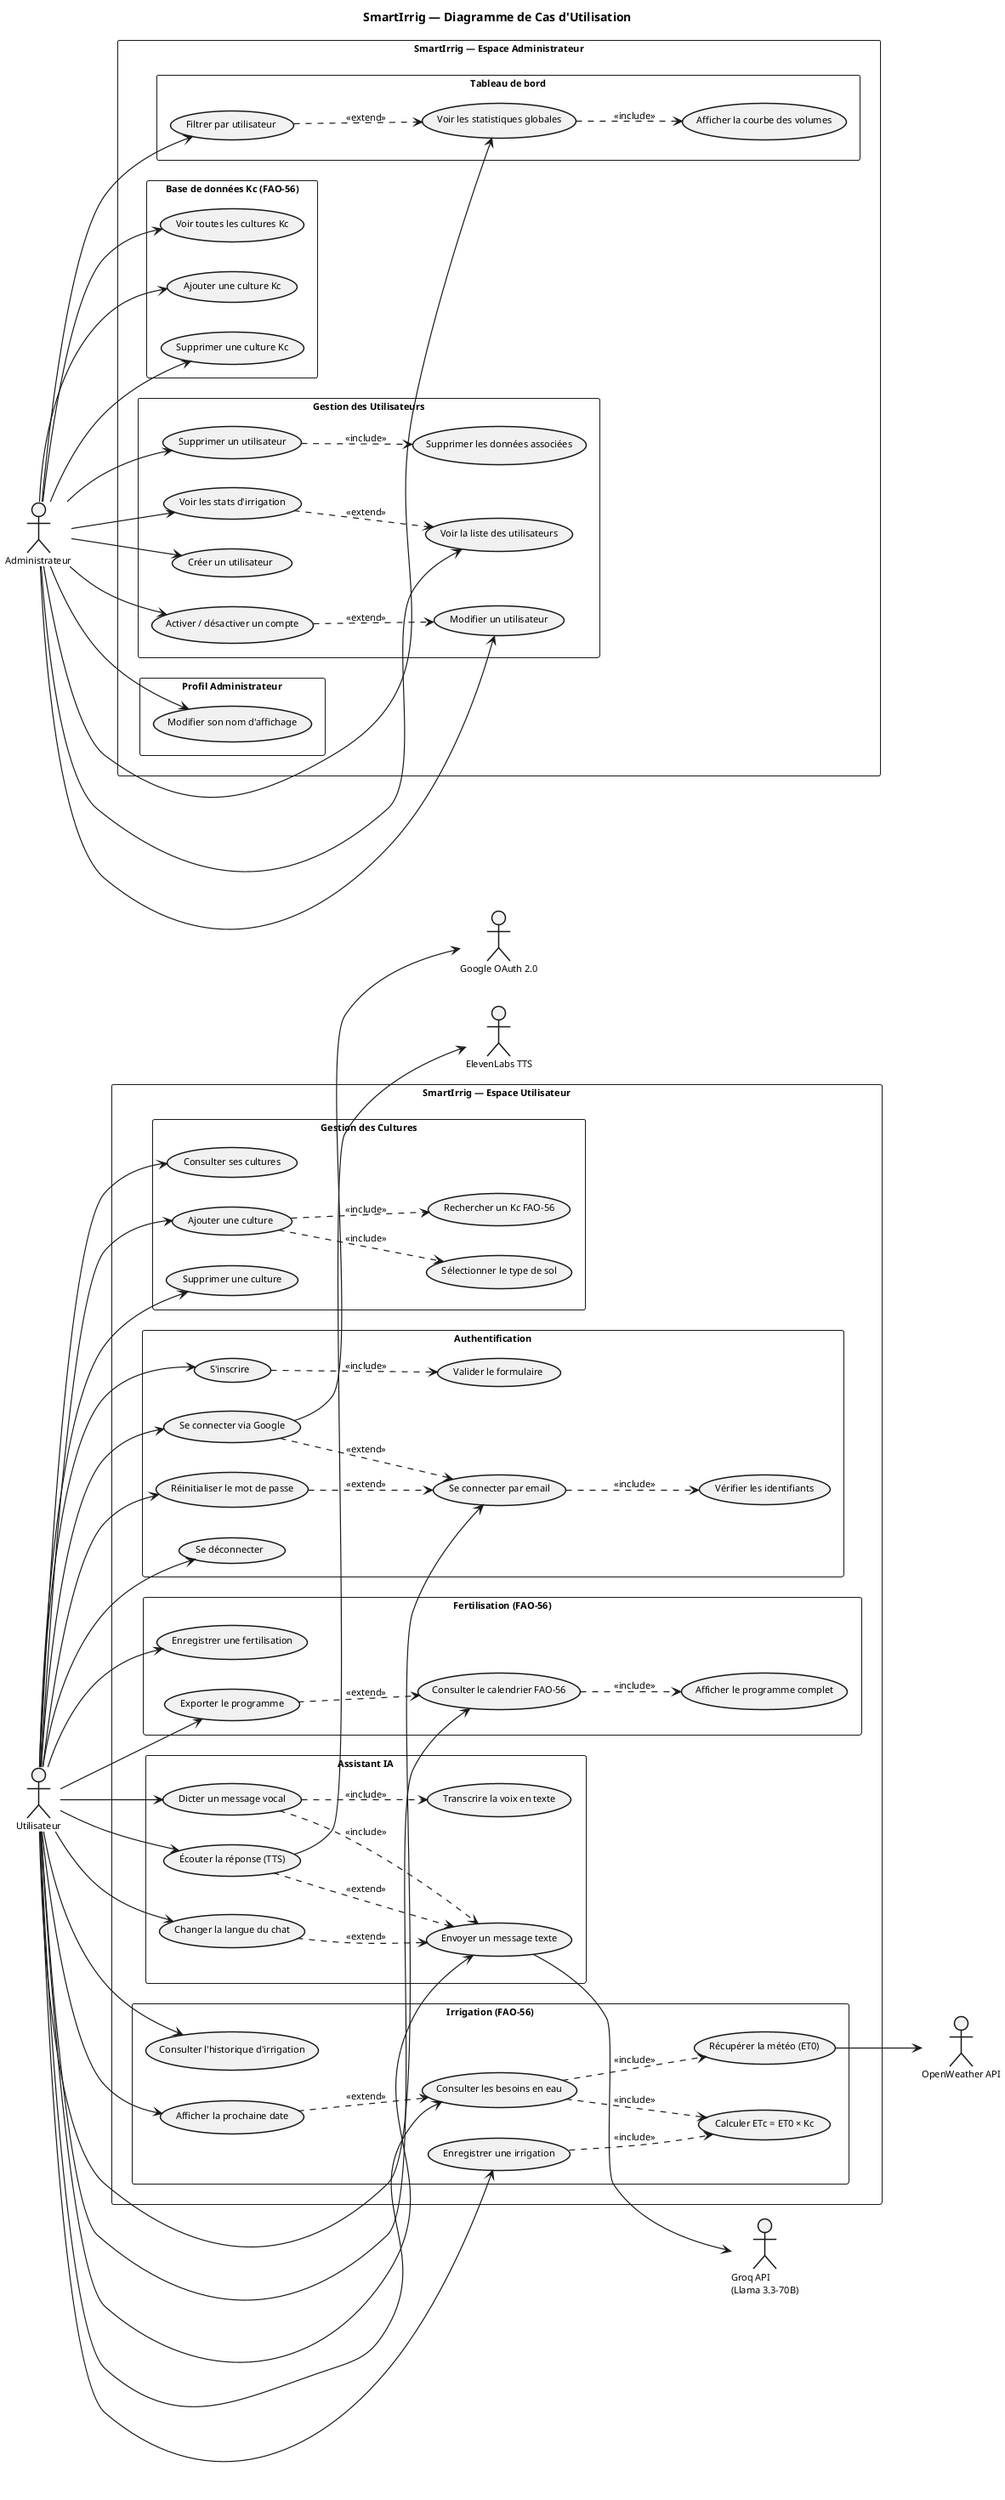
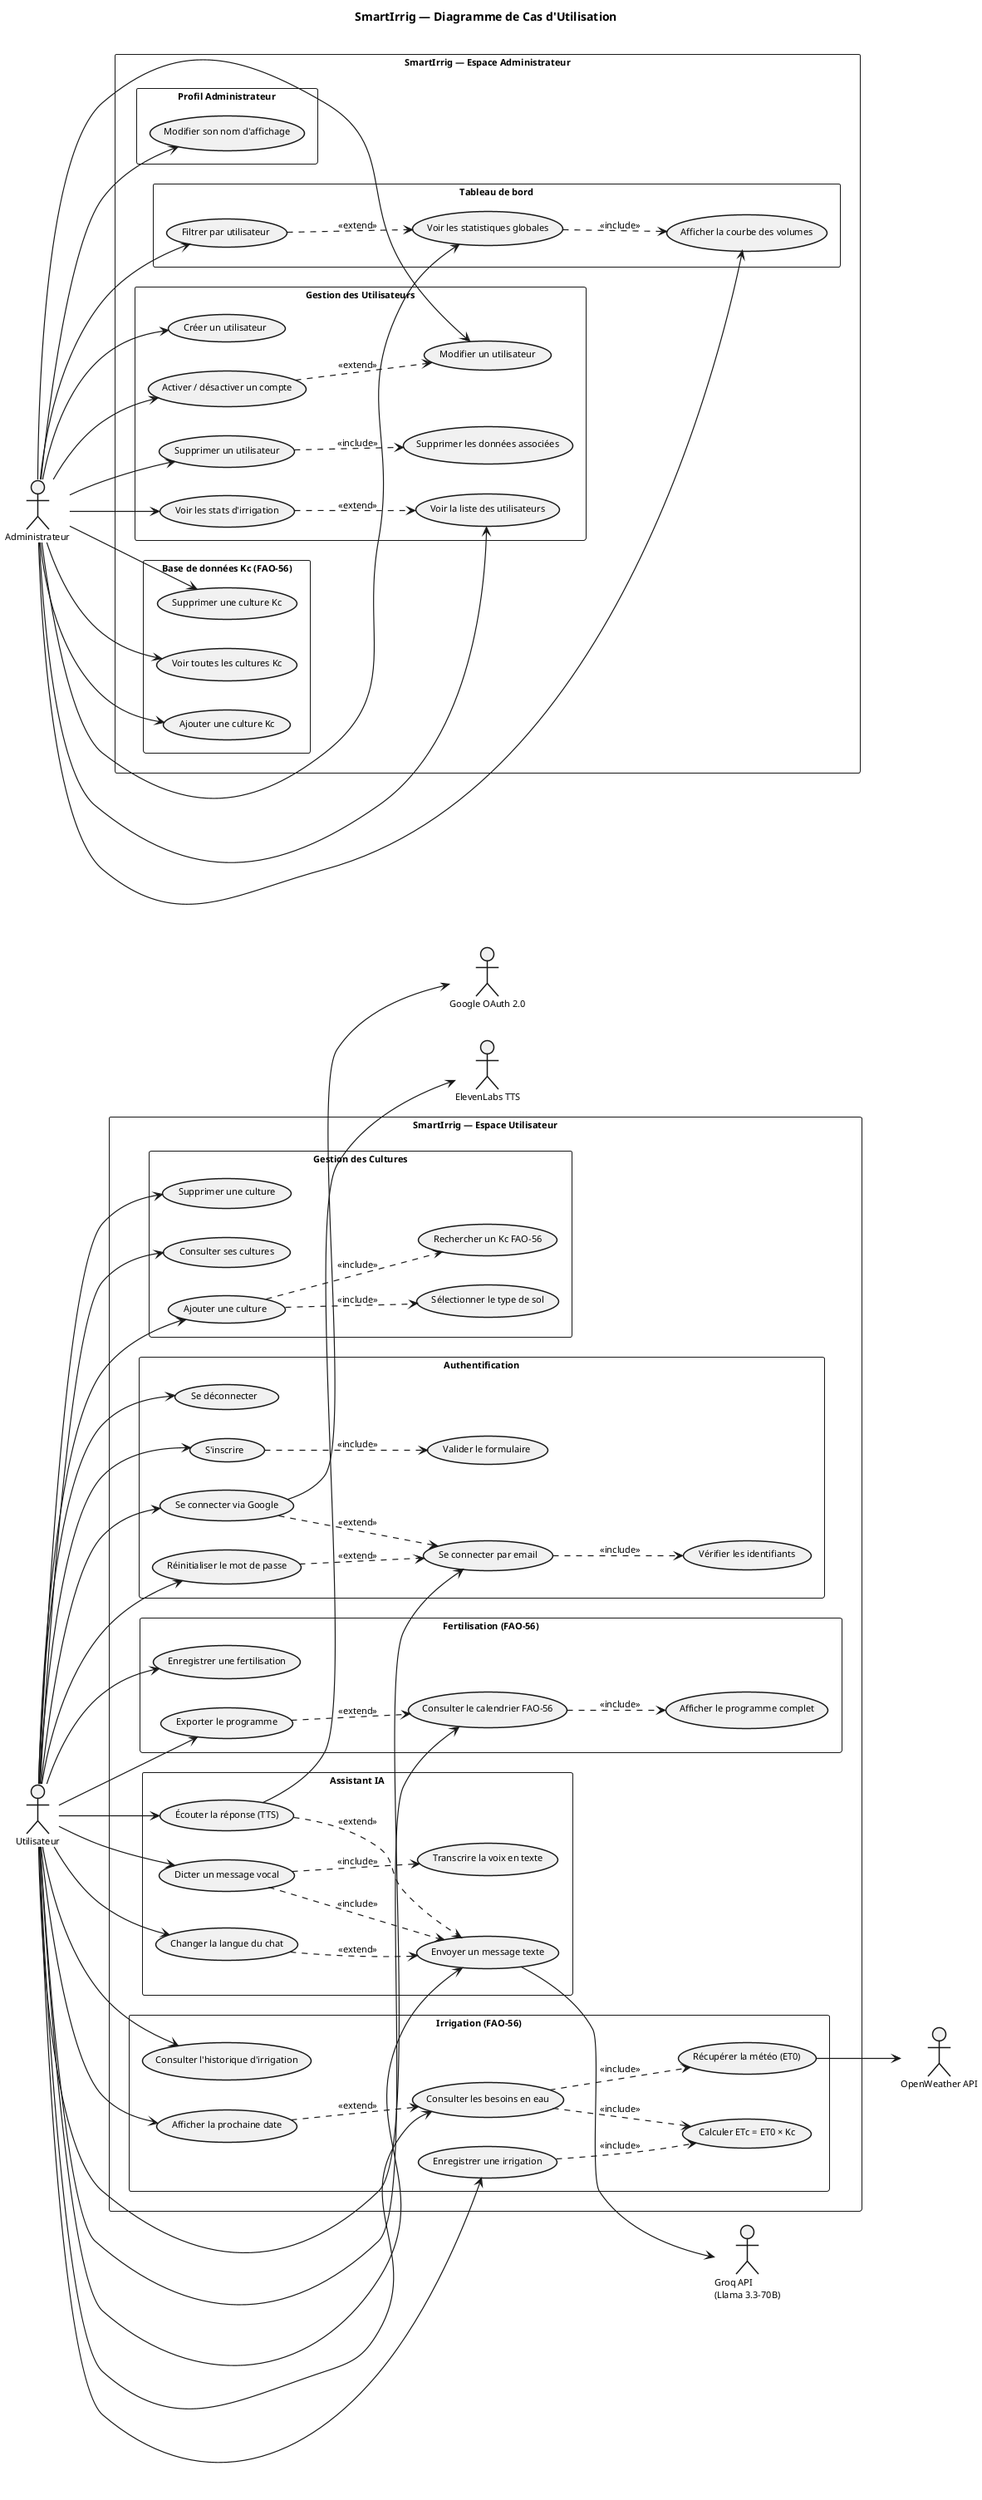
@startuml SmartIrrig - Diagramme de Cas d'Utilisation

skinparam monochrome true
skinparam shadowing false
skinparam defaultFontName Arial
skinparam defaultFontSize 11
skinparam packageStyle rectangle
skinparam usecaseBorderThickness 1.5
skinparam actorBorderThickness 1.5
skinparam ArrowThickness 1.2

left to right direction
title SmartIrrig — Diagramme de Cas d'Utilisation

' ══════════════════════════════════════
- ' ACTEUR UTILISATEUR (gauche)
+ ' ACTEURS PRINCIPAUX (gauche)
' ══════════════════════════════════════

actor "Utilisateur" as User
+ actor "Administrateur" as Admin

' ══════════════════════════════════════
' ESPACE UTILISATEUR
' ══════════════════════════════════════

rectangle "SmartIrrig — Espace Utilisateur" {

  package "Authentification" {
    usecase "S'inscrire" as UC_Register
    usecase "Valider le formulaire" as UC_ValidateForm
    usecase "Se connecter par email" as UC_Login
    usecase "Vérifier les identifiants" as UC_VerifyCredentials
    usecase "Se connecter via Google" as UC_GoogleLogin
    usecase "Réinitialiser le mot de passe" as UC_ForgotPwd
    usecase "Se déconnecter" as UC_Logout
  }

  package "Gestion des Cultures" {
    usecase "Consulter ses cultures" as UC_ViewCultures
    usecase "Ajouter une culture" as UC_AddCulture
    usecase "Sélectionner le type de sol" as UC_SolType
    usecase "Rechercher un Kc FAO-56" as UC_SearchKc
    usecase "Supprimer une culture" as UC_DeleteCulture
  }

  package "Irrigation (FAO-56)" {
    usecase "Consulter les besoins en eau" as UC_WaterNeeds
    usecase "Récupérer la météo (ET0)" as UC_Weather
    usecase "Calculer ETc = ET0 × Kc" as UC_CalcETc
    usecase "Enregistrer une irrigation" as UC_RecordIrr
    usecase "Consulter l'historique d'irrigation" as UC_History
    usecase "Afficher la prochaine date" as UC_NextDate
  }

  package "Fertilisation (FAO-56)" {
    usecase "Consulter le calendrier FAO-56" as UC_FertCalendar
    usecase "Afficher le programme complet" as UC_FertPlan
    usecase "Enregistrer une fertilisation" as UC_RecordFert
    usecase "Exporter le programme" as UC_ExportFert
  }

  package "Assistant IA" {
    usecase "Envoyer un message texte" as UC_AIChat
    usecase "Dicter un message vocal" as UC_AIVoice
    usecase "Transcrire la voix en texte" as UC_SpeechToText
    usecase "Écouter la réponse (TTS)" as UC_AITTS
    usecase "Changer la langue du chat" as UC_ResetLang
  }

}

' ══════════════════════════════════════
- ' ACTEUR ADMINISTRATEUR (entre les 2 rectangles)
- ' ══════════════════════════════════════
- 
- actor "Administrateur" as Admin
- 
- ' ══════════════════════════════════════
' ESPACE ADMINISTRATEUR
' ══════════════════════════════════════

rectangle "SmartIrrig — Espace Administrateur" {

  package "Tableau de bord" {
    usecase "Voir les statistiques globales" as UC_Dashboard
    usecase "Afficher la courbe des volumes" as UC_Chart
    usecase "Filtrer par utilisateur" as UC_FilterUser
  }

  package "Base de données Kc (FAO-56)" {
    usecase "Voir toutes les cultures Kc" as UC_ViewKC
    usecase "Ajouter une culture Kc" as UC_AddKC
    usecase "Supprimer une culture Kc" as UC_DeleteKC
  }

  package "Gestion des Utilisateurs" {
    usecase "Voir la liste des utilisateurs" as UC_ViewUsers
    usecase "Créer un utilisateur" as UC_CreateUser
    usecase "Modifier un utilisateur" as UC_EditUser
    usecase "Activer / désactiver un compte" as UC_ToggleUser
    usecase "Supprimer un utilisateur" as UC_DeleteUser
    usecase "Supprimer les données associées" as UC_DeleteData
    usecase "Voir les stats d'irrigation" as UC_UserStats
  }

  package "Profil Administrateur" {
    usecase "Modifier son nom d'affichage" as UC_AdminName
  }

}

' ══════════════════════════════════════
' ACTEURS EXTERNES (droite)
' ══════════════════════════════════════

+ actor "Google OAuth 2.0" as Google
actor "OpenWeather API" as OW
actor "Groq API\n(Llama 3.3-70B)" as GroqAI
actor "ElevenLabs TTS" as EL
- actor "Google OAuth 2.0" as Google

' ══════════════════════════════════════
' ASSOCIATIONS — UTILISATEUR
' ══════════════════════════════════════

' [Authentification]
User --> UC_Register
User --> UC_Login
User --> UC_GoogleLogin
User --> UC_ForgotPwd
User --> UC_Logout

' [Gestion des Cultures]
User --> UC_ViewCultures
User --> UC_AddCulture
User --> UC_DeleteCulture

' [Irrigation (FAO-56)]
User --> UC_WaterNeeds
User --> UC_RecordIrr
User --> UC_History
User --> UC_NextDate

' [Fertilisation (FAO-56)]
User --> UC_FertCalendar
User --> UC_RecordFert
User --> UC_ExportFert

' [Assistant IA]
User --> UC_AIChat
User --> UC_AIVoice
User --> UC_AITTS
User --> UC_ResetLang

' ══════════════════════════════════════
' ASSOCIATIONS — ADMINISTRATEUR
' ══════════════════════════════════════

' [Tableau de bord]
Admin --> UC_Dashboard
+ Admin --> UC_Chart
Admin --> UC_FilterUser

' [Base de données Kc]
Admin --> UC_ViewKC
Admin --> UC_AddKC
Admin --> UC_DeleteKC

' [Gestion des Utilisateurs]
Admin --> UC_ViewUsers
Admin --> UC_CreateUser
Admin --> UC_EditUser
Admin --> UC_ToggleUser
Admin --> UC_DeleteUser
Admin --> UC_UserStats

' [Profil Administrateur]
Admin --> UC_AdminName

' ══════════════════════════════════════
' <<include>> — UTILISATEUR
' ══════════════════════════════════════

UC_Register     ..> UC_ValidateForm     : <<include>>
UC_Login        ..> UC_VerifyCredentials: <<include>>
UC_AddCulture   ..> UC_SolType         : <<include>>
UC_AddCulture   ..> UC_SearchKc        : <<include>>
UC_WaterNeeds   ..> UC_Weather         : <<include>>
UC_WaterNeeds   ..> UC_CalcETc         : <<include>>
UC_RecordIrr    ..> UC_CalcETc         : <<include>>
UC_AIVoice      ..> UC_SpeechToText    : <<include>>
UC_AIVoice      ..> UC_AIChat          : <<include>>
UC_FertCalendar ..> UC_FertPlan        : <<include>>

' ══════════════════════════════════════
' <<extend>> — UTILISATEUR
' ══════════════════════════════════════

UC_GoogleLogin  ..> UC_Login           : <<extend>>
UC_ForgotPwd    ..> UC_Login           : <<extend>>
UC_AITTS        ..> UC_AIChat          : <<extend>>
UC_ResetLang    ..> UC_AIChat          : <<extend>>
UC_NextDate     ..> UC_WaterNeeds      : <<extend>>
UC_ExportFert   ..> UC_FertCalendar    : <<extend>>

' ══════════════════════════════════════
' <<include>> — ADMINISTRATEUR
' ══════════════════════════════════════

UC_Dashboard    ..> UC_Chart           : <<include>>
UC_DeleteUser   ..> UC_DeleteData      : <<include>>

' ══════════════════════════════════════
' <<extend>> — ADMINISTRATEUR
' ══════════════════════════════════════

UC_FilterUser   ..> UC_Dashboard       : <<extend>>
UC_ToggleUser   ..> UC_EditUser        : <<extend>>
UC_UserStats    ..> UC_ViewUsers       : <<extend>>

' ══════════════════════════════════════
' SYSTÈMES EXTERNES
' ══════════════════════════════════════

UC_GoogleLogin  --> Google
UC_Weather      --> OW
UC_AIChat       --> GroqAI
UC_AITTS        --> EL

@enduml
